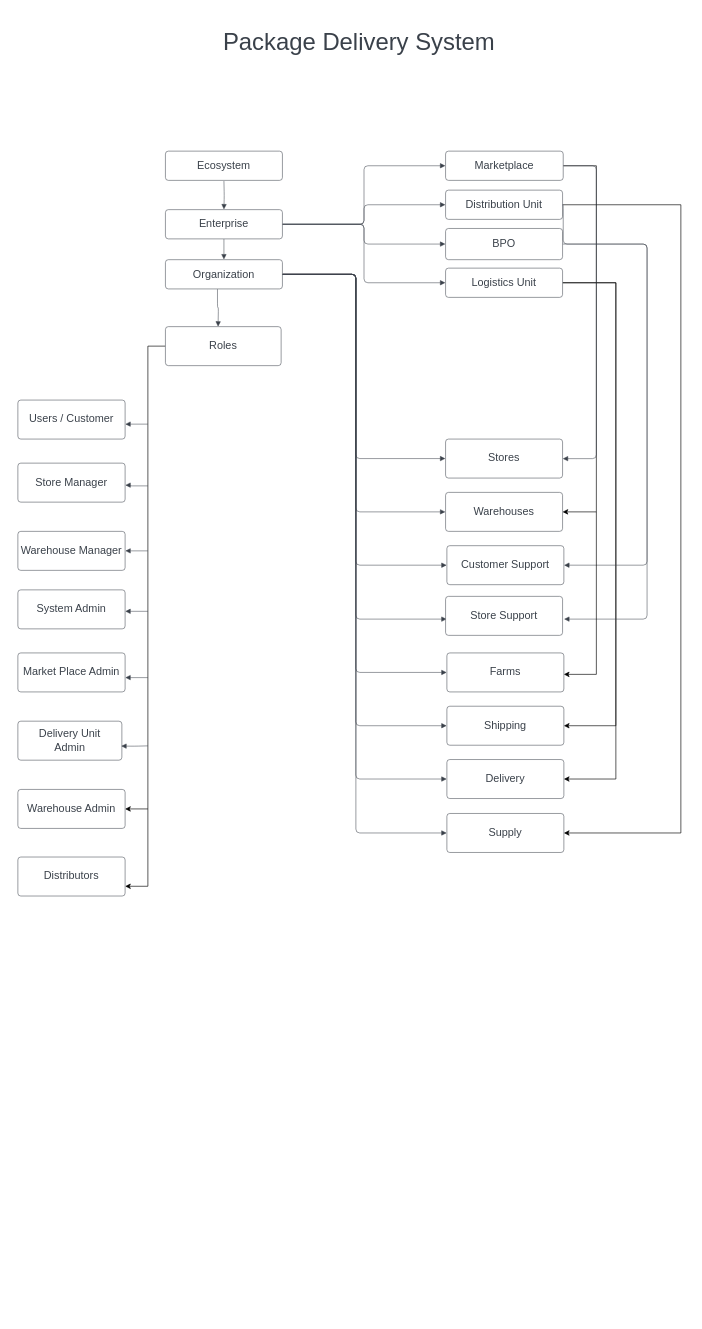
The draw.io diagram Design & Workflow/Workflow.drawio in aditya-kanala/AED_FinalProject_MAM, before the edit. Source tidied: cells renumbered, new cells numbered last; positions are measured from the earlier drawing's top-left corner, leaving out a move shared by most shapes. Both pictures are drawn from the tidied source at 65%, with x=0, y=0 at pixel (18, 11).
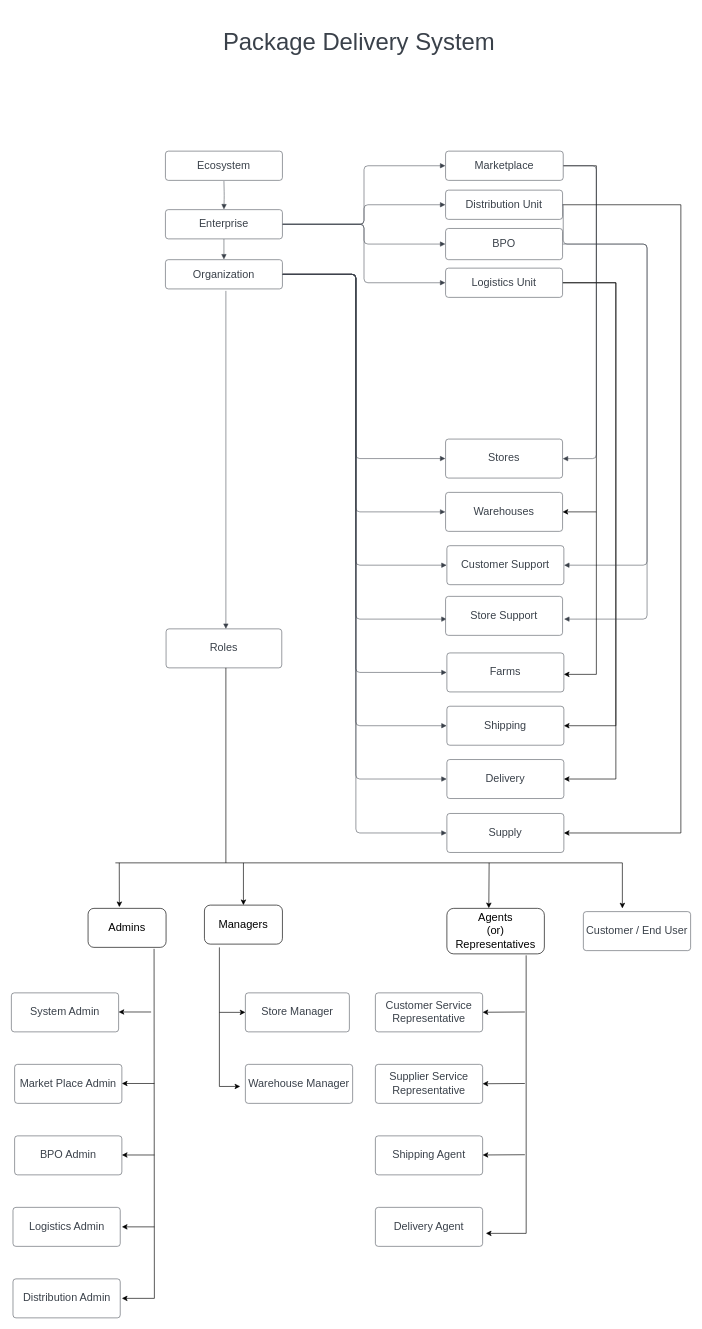
The same diagram, later.

Commit message (it also covers changes not shown here):
Workflow Digram

Unchanged cells that the change refers to:
```xml
<mxCell id="34" value="Organization" style="html=1;overflow=block;blockSpacing=1;whiteSpace=wrap;fontSize=16.7;fontColor=#3a414a;spacing=3.8;strokeColor=#3a414a;strokeOpacity=100;rounded=1;absoluteArcSize=1;arcSize=9;strokeWidth=0.8;" parent="1" vertex="1">
  <mxGeometry x="227" y="382" width="180" height="45" as="geometry" />
</mxCell>
```

What changed in the source:
```diff
@@
+    <mxCell id="58" style="endArrow=classic;html=1;rounded=0;fontSize=17;entryX=0.5;entryY=0;entryDx=0;entryDy=0;" parent="1" edge="1" target="64">
+      <mxGeometry relative="1" as="geometry">
+        <mxPoint x="347" y="1310" as="sourcePoint" />
+      </mxGeometry>
+    </mxCell>
@@
-    <mxCell id="17" style="edgeStyle=orthogonalEdgeStyle;rounded=0;jettySize=auto;html=1;exitX=0;exitY=0.5;exitDx=0;exitDy=0;entryX=1;entryY=0.75;entryDx=0;entryDy=0;" parent="1" edge="1" source="18" target="46">
-      <mxGeometry relative="1" as="geometry">
-        <Array as="points">
-          <mxPoint x="200" y="515" />
-          <mxPoint x="200" y="1346" />
-        </Array>
-      </mxGeometry>
-    </mxCell>
     <mxCell id="18" value="Roles" style="html=1;overflow=block;blockSpacing=1;whiteSpace=wrap;fontSize=16.7;fontColor=#3a414a;spacing=3.8;strokeColor=#3a414a;strokeOpacity=100;rounded=1;absoluteArcSize=1;arcSize=9;strokeWidth=0.8;" parent="1" vertex="1">
-      <mxGeometry x="227" y="485" width="178" height="60" as="geometry" />
+      <mxGeometry x="228" y="950" width="178" height="60" as="geometry" />
     </mxCell>
-    <mxCell id="19" value="Users / Customer" style="html=1;overflow=block;blockSpacing=1;whiteSpace=wrap;fontSize=16.7;fontColor=#3a414a;spacing=3.8;strokeColor=#3a414a;strokeOpacity=100;rounded=1;absoluteArcSize=1;arcSize=9;strokeWidth=0.8;" parent="1" vertex="1">
-      <mxGeometry y="598" width="165" height="60" as="geometry" />
+    <mxCell id="19" value="System Admin" style="html=1;overflow=block;blockSpacing=1;whiteSpace=wrap;fontSize=16.7;fontColor=#3a414a;spacing=3.8;strokeColor=#3a414a;strokeOpacity=100;rounded=1;absoluteArcSize=1;arcSize=9;strokeWidth=0.8;" parent="1" vertex="1">
+      <mxGeometry x="-10" y="1510" width="165" height="60" as="geometry" />
     </mxCell>
-    <mxCell id="20" value="Market Place Admin" style="html=1;overflow=block;blockSpacing=1;whiteSpace=wrap;fontSize=16.7;fontColor=#3a414a;spacing=3.8;strokeColor=#3a414a;strokeOpacity=100;rounded=1;absoluteArcSize=1;arcSize=9;strokeWidth=0.8;" parent="1" vertex="1">
-      <mxGeometry y="987" width="165" height="60" as="geometry" />
+    <mxCell id="20" value="Distribution Admin" style="html=1;overflow=block;blockSpacing=1;whiteSpace=wrap;fontSize=16.7;fontColor=#3a414a;spacing=3.8;strokeColor=#3a414a;strokeOpacity=100;rounded=1;absoluteArcSize=1;arcSize=9;strokeWidth=0.8;" parent="1" vertex="1">
+      <mxGeometry x="-7.5" y="1950" width="165" height="60" as="geometry" />
     </mxCell>
@@
-    <mxCell id="25" value="Warehouse Manager" style="html=1;overflow=block;blockSpacing=1;whiteSpace=wrap;fontSize=16.7;fontColor=#3a414a;spacing=3.8;strokeColor=#3a414a;strokeOpacity=100;rounded=1;absoluteArcSize=1;arcSize=9;strokeWidth=0.8;" parent="1" vertex="1">
-      <mxGeometry y="800" width="165" height="60" as="geometry" />
+    <mxCell id="25" value="BPO Admin" style="html=1;overflow=block;blockSpacing=1;whiteSpace=wrap;fontSize=16.7;fontColor=#3a414a;spacing=3.8;strokeColor=#3a414a;strokeOpacity=100;rounded=1;absoluteArcSize=1;arcSize=9;strokeWidth=0.8;" parent="1" vertex="1">
+      <mxGeometry x="-5" y="1730" width="165" height="60" as="geometry" />
     </mxCell>
@@
-    <mxCell id="32" style="html=1;jettySize=18;whiteSpace=wrap;fontSize=13;strokeColor=#3a414a;strokeOpacity=100;strokeWidth=0.8;rounded=1;arcSize=12;edgeStyle=orthogonalEdgeStyle;startArrow=none;endArrow=block;endFill=1;exitX=0.445;exitY=1.008;exitPerimeter=0;" parent="1" edge="1" source="34">
+    <mxCell id="32" style="html=1;jettySize=18;whiteSpace=wrap;fontSize=13;strokeColor=#3a414a;strokeOpacity=100;strokeWidth=0.8;rounded=1;arcSize=12;edgeStyle=orthogonalEdgeStyle;startArrow=none;endArrow=block;endFill=1;" parent="1" edge="1">
       <mxGeometry relative="1" as="geometry">
-        <mxPoint x="308" y="485" as="targetPoint" />
+        <mxPoint x="320" y="430" as="sourcePoint" />
+        <mxPoint x="320" y="950" as="targetPoint" />
       </mxGeometry>
     </mxCell>
@@
-    <mxCell id="44" value="Delivery Unit &lt;br&gt;Admin" style="points=[[0.804,0.323,0]];html=1;overflow=block;blockSpacing=1;whiteSpace=wrap;fontSize=16.7;fontColor=#3a414a;spacing=3.8;strokeColor=#3a414a;strokeOpacity=100;rounded=1;absoluteArcSize=1;arcSize=9;strokeWidth=0.8;" parent="1" vertex="1">
-      <mxGeometry y="1092" width="160" height="60" as="geometry" />
+    <mxCell id="44" value="Store Manager" style="points=[[0.804,0.323,0]];html=1;overflow=block;blockSpacing=1;whiteSpace=wrap;fontSize=16.7;fontColor=#3a414a;spacing=3.8;strokeColor=#3a414a;strokeOpacity=100;rounded=1;absoluteArcSize=1;arcSize=9;strokeWidth=0.8;" parent="1" vertex="1">
+      <mxGeometry x="350" y="1510" width="160" height="60" as="geometry" />
     </mxCell>
-    <mxCell id="45" value="Warehouse Admin" style="html=1;overflow=block;blockSpacing=1;whiteSpace=wrap;fontSize=16.7;fontColor=#3a414a;spacing=3.8;strokeColor=#3a414a;strokeOpacity=100;rounded=1;absoluteArcSize=1;arcSize=9;strokeWidth=0.8;" parent="1" vertex="1">
-      <mxGeometry y="1197" width="165" height="60" as="geometry" />
+    <mxCell id="45" value="Warehouse Manager" style="html=1;overflow=block;blockSpacing=1;whiteSpace=wrap;fontSize=16.7;fontColor=#3a414a;spacing=3.8;strokeColor=#3a414a;strokeOpacity=100;rounded=1;absoluteArcSize=1;arcSize=9;strokeWidth=0.8;" parent="1" vertex="1">
+      <mxGeometry x="350" y="1620" width="165" height="60" as="geometry" />
     </mxCell>
-    <mxCell id="46" value="Distributors" style="html=1;overflow=block;blockSpacing=1;whiteSpace=wrap;fontSize=16.7;fontColor=#3a414a;spacing=3.8;strokeColor=#3a414a;strokeOpacity=100;rounded=1;absoluteArcSize=1;arcSize=9;strokeWidth=0.8;" parent="1" vertex="1">
-      <mxGeometry y="1301" width="165" height="60" as="geometry" />
+    <mxCell id="46" value="Customer Service Representative" style="html=1;overflow=block;blockSpacing=1;whiteSpace=wrap;fontSize=16.7;fontColor=#3a414a;spacing=3.8;strokeColor=#3a414a;strokeOpacity=100;rounded=1;absoluteArcSize=1;arcSize=9;strokeWidth=0.8;" parent="1" vertex="1">
+      <mxGeometry x="550" y="1510" width="165" height="60" as="geometry" />
     </mxCell>
-    <mxCell id="47" value="Store Manager" style="html=1;overflow=block;blockSpacing=1;whiteSpace=wrap;fontSize=16.7;fontColor=#3a414a;spacing=3.8;strokeColor=#3a414a;strokeOpacity=100;rounded=1;absoluteArcSize=1;arcSize=9;strokeWidth=0.8;" parent="1" vertex="1">
-      <mxGeometry y="695" width="165" height="60" as="geometry" />
+    <mxCell id="47" value="Market Place Admin" style="html=1;overflow=block;blockSpacing=1;whiteSpace=wrap;fontSize=16.7;fontColor=#3a414a;spacing=3.8;strokeColor=#3a414a;strokeOpacity=100;rounded=1;absoluteArcSize=1;arcSize=9;strokeWidth=0.8;" parent="1" vertex="1">
+      <mxGeometry x="-5" y="1620" width="165" height="60" as="geometry" />
     </mxCell>
-    <mxCell id="48" value="System Admin" style="html=1;overflow=block;blockSpacing=1;whiteSpace=wrap;fontSize=16.7;fontColor=#3a414a;spacing=3.8;strokeColor=#3a414a;strokeOpacity=100;rounded=1;absoluteArcSize=1;arcSize=9;strokeWidth=0.8;" parent="1" vertex="1">
-      <mxGeometry y="890" width="165" height="60" as="geometry" />
+    <mxCell id="48" value="Logistics Admin" style="html=1;overflow=block;blockSpacing=1;whiteSpace=wrap;fontSize=16.7;fontColor=#3a414a;spacing=3.8;strokeColor=#3a414a;strokeOpacity=100;rounded=1;absoluteArcSize=1;arcSize=9;strokeWidth=0.8;" parent="1" vertex="1">
+      <mxGeometry x="-7.5" y="1840" width="165" height="60" as="geometry" />
     </mxCell>
-    <mxCell id="49" style="html=1;jettySize=18;whiteSpace=wrap;fontSize=13;strokeColor=#3a414a;strokeOpacity=100;strokeWidth=0.8;rounded=1;arcSize=12;edgeStyle=orthogonalEdgeStyle;startArrow=none;endArrow=block;endFill=1;entryX=1.002;entryY=0.621;entryDx=0;entryDy=0;entryPerimeter=0;" parent="1" edge="1" target="19">
-      <mxGeometry relative="1" as="geometry">
-        <mxPoint x="200" y="635" as="sourcePoint" />
-      </mxGeometry>
-    </mxCell>
-    <mxCell id="50" style="html=1;jettySize=18;whiteSpace=wrap;fontSize=13;strokeColor=#3a414a;strokeOpacity=100;strokeWidth=0.8;rounded=1;arcSize=12;edgeStyle=orthogonalEdgeStyle;startArrow=none;endArrow=block;endFill=1;entryX=1.002;entryY=0.565;entryDx=0;entryDy=0;entryPerimeter=0;" parent="1" edge="1" target="47">
-      <mxGeometry relative="1" as="geometry">
-        <mxPoint x="200" y="730" as="sourcePoint" />
-        <Array as="points">
-          <mxPoint x="170" y="730" />
-          <mxPoint x="170" y="729" />
-        </Array>
-      </mxGeometry>
-    </mxCell>
-    <mxCell id="51" style="html=1;jettySize=18;whiteSpace=wrap;fontSize=13;strokeColor=#3a414a;strokeOpacity=100;strokeWidth=0.8;rounded=1;arcSize=12;edgeStyle=orthogonalEdgeStyle;startArrow=none;endArrow=block;endFill=1;entryX=1.002;entryY=0.5;entryDx=0;entryDy=0;entryPerimeter=0;" parent="1" edge="1" target="25">
-      <mxGeometry relative="1" as="geometry">
-        <mxPoint x="200" y="830" as="sourcePoint" />
-      </mxGeometry>
-    </mxCell>
-    <mxCell id="52" style="html=1;jettySize=18;whiteSpace=wrap;fontSize=13;strokeColor=#3a414a;strokeOpacity=100;strokeWidth=0.8;rounded=1;arcSize=12;edgeStyle=orthogonalEdgeStyle;startArrow=none;endArrow=block;endFill=1;entryX=1.002;entryY=0.556;entryDx=0;entryDy=0;entryPerimeter=0;" parent="1" edge="1" target="48">
-      <mxGeometry relative="1" as="geometry">
-        <mxPoint x="200" y="923" as="sourcePoint" />
-      </mxGeometry>
-    </mxCell>
-    <mxCell id="53" style="html=1;jettySize=18;whiteSpace=wrap;fontSize=13;strokeColor=#3a414a;strokeOpacity=100;strokeWidth=0.8;rounded=1;arcSize=12;edgeStyle=orthogonalEdgeStyle;startArrow=none;endArrow=block;endFill=1;entryX=1.002;entryY=0.637;entryDx=0;entryDy=0;entryPerimeter=0;" parent="1" edge="1" target="20">
-      <mxGeometry relative="1" as="geometry">
-        <mxPoint x="200" y="1025" as="sourcePoint" />
-      </mxGeometry>
-    </mxCell>
-    <mxCell id="54" style="html=1;jettySize=18;whiteSpace=wrap;fontSize=13;strokeColor=#3a414a;strokeOpacity=100;strokeWidth=0.8;rounded=1;arcSize=12;edgeStyle=orthogonalEdgeStyle;startArrow=none;endArrow=block;endFill=1;entryX=0.994;entryY=0.639;entryDx=0;entryDy=0;entryPerimeter=0;" parent="1" edge="1" target="44">
-      <mxGeometry relative="1" as="geometry">
-        <mxPoint x="200" y="1130" as="sourcePoint" />
-      </mxGeometry>
-    </mxCell>
-    <mxCell id="55" style="endArrow=classic;html=1;rounded=0;entryX=1;entryY=0.5;entryDx=0;entryDy=0;" parent="1" edge="1" target="45">
-      <mxGeometry relative="1" as="geometry">
-        <mxPoint x="200" y="1227" as="sourcePoint" />
-      </mxGeometry>
-    </mxCell>
@@
+    <mxCell id="59" value="Supplier Service Representative" style="html=1;overflow=block;blockSpacing=1;whiteSpace=wrap;fontSize=16.7;fontColor=#3a414a;spacing=3.8;strokeColor=#3a414a;strokeOpacity=100;rounded=1;absoluteArcSize=1;arcSize=9;strokeWidth=0.8;" parent="1" vertex="1">
+      <mxGeometry x="550" y="1620" width="165" height="60" as="geometry" />
+    </mxCell>
+    <mxCell id="60" value="Shipping Agent" style="html=1;overflow=block;blockSpacing=1;whiteSpace=wrap;fontSize=16.7;fontColor=#3a414a;spacing=3.8;strokeColor=#3a414a;strokeOpacity=100;rounded=1;absoluteArcSize=1;arcSize=9;strokeWidth=0.8;" parent="1" vertex="1">
+      <mxGeometry x="550" y="1730" width="165" height="60" as="geometry" />
+    </mxCell>
+    <mxCell id="61" value="Delivery Agent" style="html=1;overflow=block;blockSpacing=1;whiteSpace=wrap;fontSize=16.7;fontColor=#3a414a;spacing=3.8;strokeColor=#3a414a;strokeOpacity=100;rounded=1;absoluteArcSize=1;arcSize=9;strokeWidth=0.8;" parent="1" vertex="1">
+      <mxGeometry x="550" y="1840" width="165" height="60" as="geometry" />
+    </mxCell>
+    <mxCell id="62" value="Customer / End User" style="html=1;overflow=block;blockSpacing=1;whiteSpace=wrap;fontSize=16.7;fontColor=#3a414a;spacing=3.8;strokeColor=#3a414a;strokeOpacity=100;rounded=1;absoluteArcSize=1;arcSize=9;strokeWidth=0.8;" parent="1" vertex="1">
+      <mxGeometry x="870" y="1385" width="165" height="60" as="geometry" />
+    </mxCell>
+    <mxCell id="63" value="&lt;font style=&quot;font-size: 17px;&quot;&gt;Admins&lt;/font&gt;" style="rounded=1;whiteSpace=wrap;html=1;" parent="1" vertex="1">
+      <mxGeometry x="108" y="1380" width="120" height="60" as="geometry" />
+    </mxCell>
+    <mxCell id="64" value="Managers" style="rounded=1;whiteSpace=wrap;html=1;fontSize=17;" parent="1" vertex="1">
+      <mxGeometry x="287" y="1375" width="120" height="60" as="geometry" />
+    </mxCell>
+    <mxCell id="65" value="Agents &lt;br&gt;(or) Representatives" style="rounded=1;whiteSpace=wrap;html=1;fontSize=17;" parent="1" vertex="1">
+      <mxGeometry x="660" y="1380" width="150" height="70" as="geometry" />
+    </mxCell>
+    <mxCell id="66" style="endArrow=none;html=1;rounded=0;fontSize=17;" parent="1" edge="1">
+      <mxGeometry relative="1" as="geometry">
+        <mxPoint x="320" y="1310" as="sourcePoint" />
+        <mxPoint x="320" y="1010" as="targetPoint" />
+      </mxGeometry>
+    </mxCell>
+    <mxCell id="67" style="endArrow=none;html=1;rounded=0;fontSize=17;" parent="1" edge="1">
+      <mxGeometry relative="1" as="geometry">
+        <mxPoint x="150" y="1310" as="sourcePoint" />
+        <mxPoint x="930" y="1310" as="targetPoint" />
+      </mxGeometry>
+    </mxCell>
+    <mxCell id="68" style="endArrow=classic;html=1;rounded=0;fontSize=17;entryX=0.401;entryY=-0.032;entryDx=0;entryDy=0;entryPerimeter=0;" parent="1" edge="1" target="63">
+      <mxGeometry relative="1" as="geometry">
+        <mxPoint x="156" y="1310" as="sourcePoint" />
+      </mxGeometry>
+    </mxCell>
+    <mxCell id="69" style="endArrow=classic;html=1;rounded=0;fontSize=17;entryX=0.43;entryY=-0.004;entryDx=0;entryDy=0;entryPerimeter=0;" parent="1" edge="1" target="65">
+      <mxGeometry relative="1" as="geometry">
+        <mxPoint x="725" y="1310" as="sourcePoint" />
+      </mxGeometry>
+    </mxCell>
+    <mxCell id="70" style="endArrow=classic;html=1;rounded=0;fontSize=17;" parent="1" edge="1">
+      <mxGeometry relative="1" as="geometry">
+        <mxPoint x="930" y="1310" as="sourcePoint" />
+        <mxPoint x="930" y="1380" as="targetPoint" />
+      </mxGeometry>
+    </mxCell>
+    <mxCell id="71" style="endArrow=classic;html=1;rounded=0;fontSize=17;exitX=0.846;exitY=1.037;exitDx=0;exitDy=0;exitPerimeter=0;" parent="1" edge="1" source="63">
+      <mxGeometry relative="1" as="geometry">
+        <mxPoint x="160" y="1980" as="targetPoint" />
+        <Array as="points">
+          <mxPoint x="210" y="1980" />
+        </Array>
+      </mxGeometry>
+    </mxCell>
+    <mxCell id="72" style="endArrow=classic;html=1;rounded=0;fontSize=17;" parent="1" edge="1">
+      <mxGeometry relative="1" as="geometry">
+        <mxPoint x="210" y="1870" as="sourcePoint" />
+        <mxPoint x="160" y="1870" as="targetPoint" />
+      </mxGeometry>
+    </mxCell>
+    <mxCell id="73" style="endArrow=classic;html=1;rounded=0;fontSize=17;" parent="1" edge="1">
+      <mxGeometry relative="1" as="geometry">
+        <mxPoint x="210" y="1759.4" as="sourcePoint" />
+        <mxPoint x="160" y="1759.4" as="targetPoint" />
+      </mxGeometry>
+    </mxCell>
+    <mxCell id="74" style="endArrow=classic;html=1;rounded=0;fontSize=17;" parent="1" edge="1">
+      <mxGeometry relative="1" as="geometry">
+        <mxPoint x="210" y="1649.4" as="sourcePoint" />
+        <mxPoint x="160" y="1649.4" as="targetPoint" />
+      </mxGeometry>
+    </mxCell>
+    <mxCell id="75" style="endArrow=classic;html=1;rounded=0;fontSize=17;" parent="1" edge="1">
+      <mxGeometry relative="1" as="geometry">
+        <mxPoint x="205" y="1539.4" as="sourcePoint" />
+        <mxPoint x="155" y="1539.4" as="targetPoint" />
+      </mxGeometry>
+    </mxCell>
+    <mxCell id="76" style="endArrow=classic;html=1;rounded=0;fontSize=17;exitX=0.813;exitY=1.032;exitDx=0;exitDy=0;exitPerimeter=0;" parent="1" edge="1" source="65">
+      <mxGeometry relative="1" as="geometry">
+        <mxPoint x="720" y="1880" as="targetPoint" />
+        <Array as="points">
+          <mxPoint x="782" y="1880" />
+        </Array>
+      </mxGeometry>
+    </mxCell>
+    <mxCell id="77" style="endArrow=classic;html=1;rounded=0;fontSize=17;" parent="1" edge="1">
+      <mxGeometry relative="1" as="geometry">
+        <mxPoint x="780" y="1759" as="sourcePoint" />
+        <mxPoint x="715" y="1759.4" as="targetPoint" />
+      </mxGeometry>
+    </mxCell>
+    <mxCell id="78" style="endArrow=classic;html=1;rounded=0;fontSize=17;" parent="1" edge="1">
+      <mxGeometry relative="1" as="geometry">
+        <mxPoint x="780" y="1649.4" as="sourcePoint" />
+        <mxPoint x="715" y="1649.8" as="targetPoint" />
+      </mxGeometry>
+    </mxCell>
+    <mxCell id="79" style="endArrow=classic;html=1;rounded=0;fontSize=17;" parent="1" edge="1">
+      <mxGeometry relative="1" as="geometry">
+        <mxPoint x="780" y="1539.4" as="sourcePoint" />
+        <mxPoint x="715" y="1539.8" as="targetPoint" />
+      </mxGeometry>
+    </mxCell>
+    <mxCell id="80" style="endArrow=classic;html=1;rounded=0;fontSize=17;entryX=-0.048;entryY=0.565;entryDx=0;entryDy=0;entryPerimeter=0;" parent="1" edge="1" target="45">
+      <mxGeometry relative="1" as="geometry">
+        <mxPoint x="310" y="1440" as="sourcePoint" />
+        <Array as="points">
+          <mxPoint x="310" y="1654" />
+        </Array>
+      </mxGeometry>
+    </mxCell>
+    <mxCell id="81" style="endArrow=classic;html=1;rounded=0;fontSize=17;" parent="1" edge="1">
+      <mxGeometry relative="1" as="geometry">
+        <mxPoint x="310" y="1540" as="sourcePoint" />
+        <mxPoint x="350" y="1540" as="targetPoint" />
+      </mxGeometry>
+    </mxCell>
```
